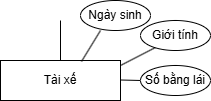
Above: Biểu đồ không có tiêu đề.drawio.png in Dungnony/08-03 (draw.io), before the change. Source tidied: cells renumbered, new cells last; positions are measured from the earlier drawing's top-left corner, leaving out a move shared by most shapes. The source it was exported from:
```xml
<mxGraphModel>
  <root>
    <mxCell id="0" />
    <mxCell id="1" parent="0" />
    <mxCell id="2" value="Tài xế" style="rounded=0;whiteSpace=wrap;html=1;" parent="1" vertex="1">
      <mxGeometry y="60" width="120" height="40" as="geometry" />
    </mxCell>
    <mxCell id="3" style="endArrow=none;html=1;rounded=0;" parent="1" edge="1" target="4">
      <mxGeometry relative="1" as="geometry">
        <mxPoint x="120" y="79.5" as="sourcePoint" />
      </mxGeometry>
    </mxCell>
    <mxCell id="4" value="Số bằng lái" style="ellipse;whiteSpace=wrap;html=1;align=center;" parent="1" vertex="1">
      <mxGeometry x="140" y="65" width="70" height="30" as="geometry" />
    </mxCell>
    <mxCell id="5" style="endArrow=none;html=1;rounded=0;exitX=0.675;exitY=0.025;exitDx=0;exitDy=0;exitPerimeter=0;" parent="1" edge="1" source="2">
      <mxGeometry relative="1" as="geometry">
        <mxPoint x="100" y="30" as="targetPoint" />
      </mxGeometry>
    </mxCell>
    <mxCell id="6" value="Ngày sinh" style="ellipse;whiteSpace=wrap;html=1;align=center;rotation=0;" parent="1" vertex="1">
      <mxGeometry x="80" width="70" height="30" as="geometry" />
    </mxCell>
    <mxCell id="7" style="endArrow=none;html=1;rounded=0;" parent="1" edge="1">
      <mxGeometry relative="1" as="geometry">
        <mxPoint x="120" y="65" as="sourcePoint" />
        <mxPoint x="155.1" y="46.9" as="targetPoint" />
      </mxGeometry>
    </mxCell>
    <mxCell id="8" value="Giới tính" style="ellipse;whiteSpace=wrap;html=1;align=center;rotation=0;" parent="1" vertex="1">
      <mxGeometry x="140" y="20" width="70" height="30" as="geometry" />
    </mxCell>
    <mxCell id="9" style="endArrow=none;html=1;rounded=0;exitX=0.5;exitY=0;exitDx=0;exitDy=0;" parent="1" edge="1" source="2">
      <mxGeometry relative="1" as="geometry">
        <mxPoint x="60" y="20" as="targetPoint" />
      </mxGeometry>
    </mxCell>
  </root>
</mxGraphModel>
```
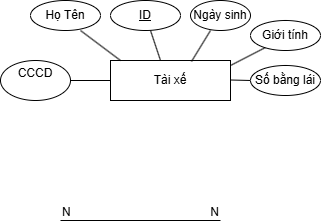
Later version of the same file.

Commit message:
Cập nhật Biểu đồ không có tiêu đề.drawio.png

Diff of the diagram source:
```diff
@@ -19,7 +19,7 @@
       </mxGeometry>
     </mxCell>
     <mxCell id="6" value="Ngày sinh" style="ellipse;whiteSpace=wrap;html=1;align=center;rotation=0;" parent="1" vertex="1">
-      <mxGeometry x="80" width="70" height="30" as="geometry" />
+      <mxGeometry x="80" width="60" height="30" as="geometry" />
     </mxCell>
     <mxCell id="7" style="endArrow=none;html=1;rounded=0;" parent="1" edge="1">
       <mxGeometry relative="1" as="geometry">
@@ -30,10 +30,40 @@
     <mxCell id="8" value="Giới tính" style="ellipse;whiteSpace=wrap;html=1;align=center;rotation=0;" parent="1" vertex="1">
       <mxGeometry x="140" y="20" width="70" height="30" as="geometry" />
     </mxCell>
-    <mxCell id="9" style="endArrow=none;html=1;rounded=0;exitX=0.5;exitY=0;exitDx=0;exitDy=0;" parent="1" edge="1" source="2">
-      <mxGeometry relative="1" as="geometry">
-        <mxPoint x="60" y="20" as="targetPoint" />
-      </mxGeometry>
-    </mxCell>
+    <mxCell id="10" style="endArrow=none;html=1;rounded=0;" parent="1" edge="1">
+      <mxGeometry relative="1" as="geometry">
+        <mxPoint x="10" y="60" as="sourcePoint" />
+        <mxPoint x="-30" y="30" as="targetPoint" />
+      </mxGeometry>
+    </mxCell>
+    <mxCell id="11" value="Họ Tên" style="ellipse;whiteSpace=wrap;html=1;align=center;" parent="1" vertex="1">
+      <mxGeometry x="-80" width="70" height="30" as="geometry" />
+    </mxCell>
+    <mxCell id="12" style="endArrow=none;html=1;rounded=0;" parent="1" edge="1" target="13">
+      <mxGeometry relative="1" as="geometry">
+        <mxPoint x="50" y="60" as="sourcePoint" />
+      </mxGeometry>
+    </mxCell>
+    <mxCell id="13" value="ID" style="ellipse;whiteSpace=wrap;html=1;align=center;fontStyle=4;" parent="1" vertex="1">
+      <mxGeometry width="70" height="30" as="geometry" />
+    </mxCell>
+    <mxCell id="14" style="line;strokeWidth=1;dashed=0;labelPosition=right;align=left;verticalAlign=middle;spacingTop=0;spacingLeft=6;" parent="1" vertex="1">
+      <mxGeometry x="-40" y="75" width="40" height="10" as="geometry" />
+    </mxCell>
+    <mxCell id="15" value="CCCD&lt;div&gt;&lt;br&gt;&lt;/div&gt;" style="ellipse;whiteSpace=wrap;html=1;align=center;" parent="1" vertex="1">
+      <mxGeometry x="-110" y="60" width="70" height="40" as="geometry" />
+    </mxCell>
+    <mxCell id="16" style="endArrow=none;html=1;rounded=0;" parent="1" edge="1">
+      <mxGeometry relative="1" as="geometry">
+        <mxPoint x="-50" y="220" as="sourcePoint" />
+        <mxPoint x="110" y="220" as="targetPoint" />
+      </mxGeometry>
+    </mxCell>
+    <mxCell id="17" value="N" style="html=1;whiteSpace=wrap;align=left;verticalAlign=bottom;" parent="16" vertex="1">
+      <mxGeometry x="-1" relative="1" as="geometry" />
+    </mxCell>
+    <mxCell id="18" value="N" style="html=1;whiteSpace=wrap;align=right;verticalAlign=bottom;" parent="16" vertex="1">
+      <mxGeometry x="1" relative="1" as="geometry" />
+    </mxCell>
   </root>
 </mxGraphModel>
```
